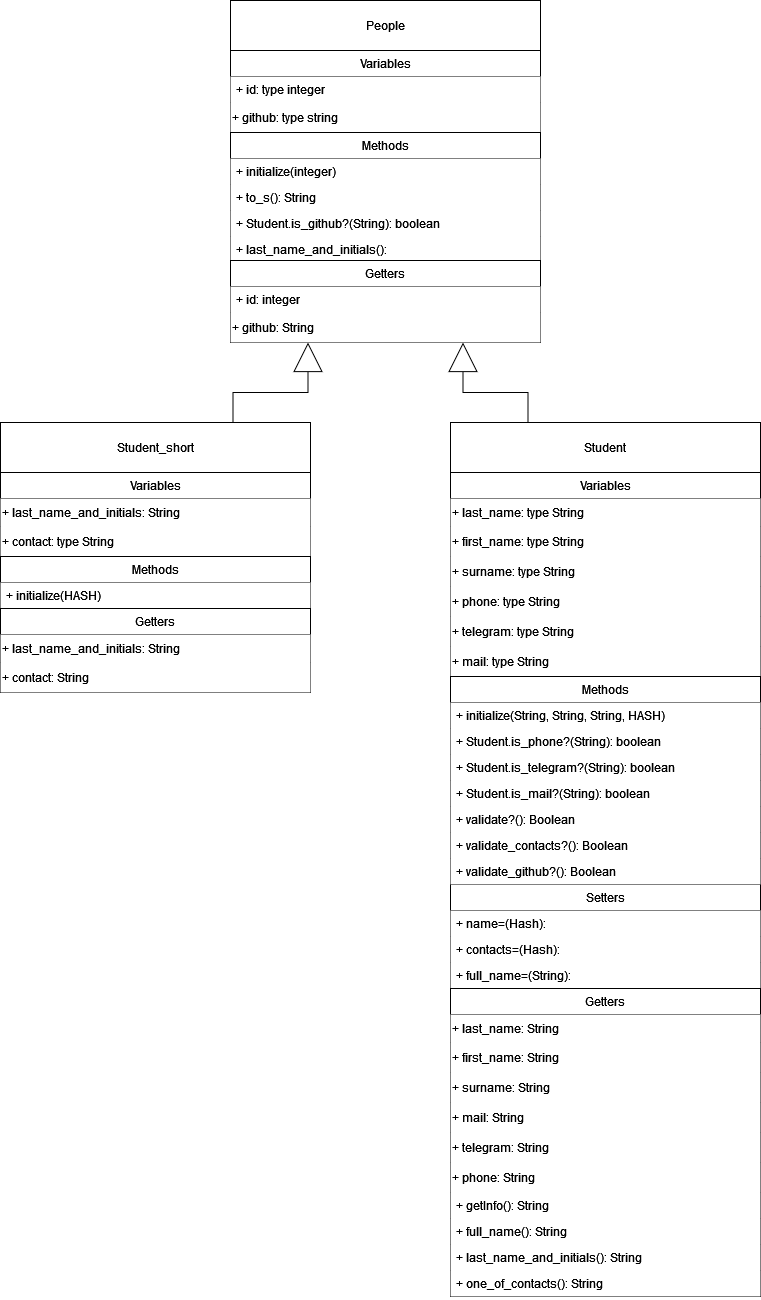
The draw.io diagram Ruby_Kernel_classes_and_models/class_diagram.png in KIJEMORI/Design_Patterns_Ruby, before a commit. Source tidied: cells renumbered, new cells last; positions are measured from the earlier drawing's top-left corner, leaving out a move shared by most shapes.
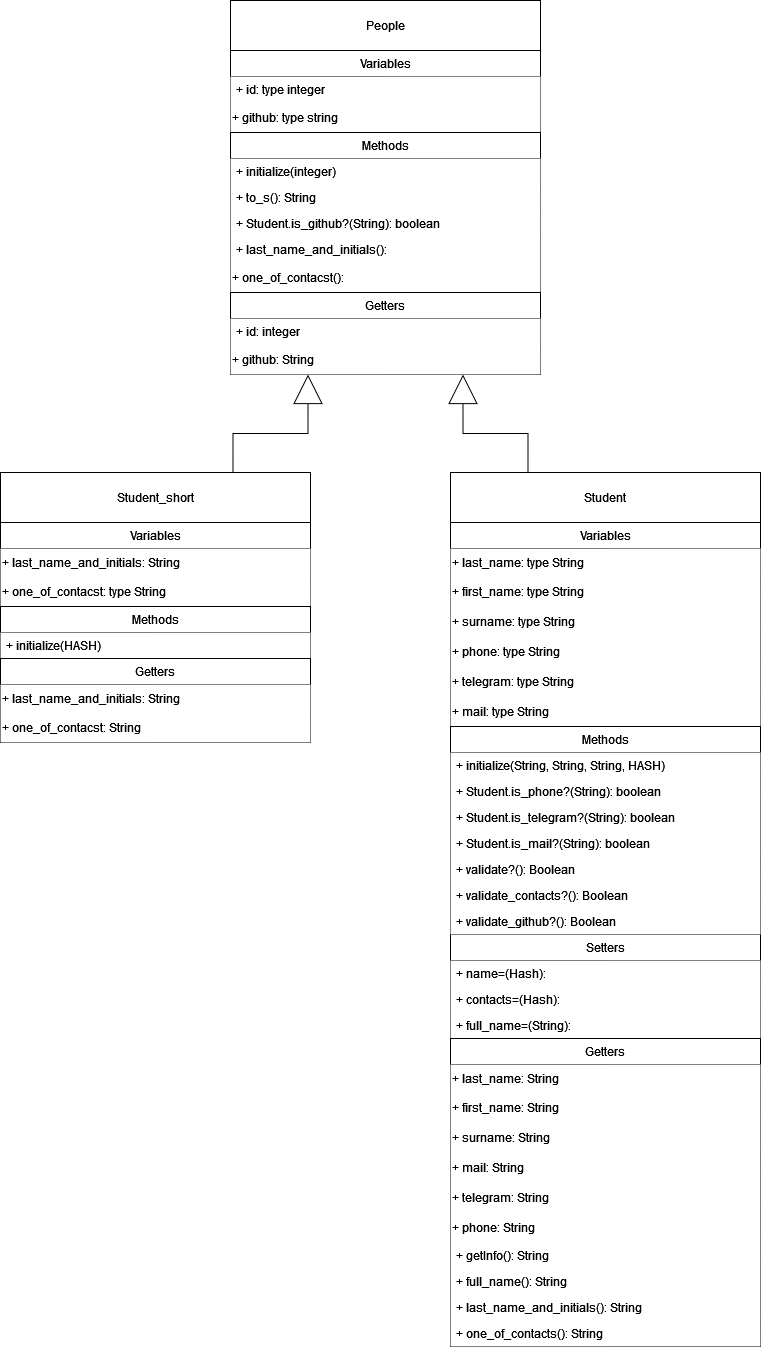
Above is the later version.

Commit message:
Lab 2 | Task 2 | fix diagramm

The edit, as a diff of the source:
```diff
@@ -86,7 +86,7 @@
     <mxCell id="29" value="+ last_name_and_initials: String" style="text;html=1;align=left;verticalAlign=middle;whiteSpace=wrap;rounded=0;fillColor=#FFFFFF;" parent="28" vertex="1">
       <mxGeometry y="26" width="310" height="28" as="geometry" />
     </mxCell>
-    <mxCell id="30" value="&lt;div&gt;+ contact: type String&lt;br&gt;&lt;/div&gt;" style="text;html=1;align=left;verticalAlign=middle;whiteSpace=wrap;rounded=0;fillColor=#FFFFFF;" parent="28" vertex="1">
+    <mxCell id="30" value="&lt;div&gt;+ one_of_contacst: type String&lt;br&gt;&lt;/div&gt;" style="text;html=1;align=left;verticalAlign=middle;whiteSpace=wrap;rounded=0;fillColor=#FFFFFF;" parent="28" vertex="1">
       <mxGeometry y="54" width="310" height="30" as="geometry" />
     </mxCell>
     <mxCell id="31" value="Methods" style="swimlane;fontStyle=0;horizontal=1;startSize=26;fillColor=default;whiteSpace=wrap;html=1;" parent="1" vertex="1">
@@ -96,10 +96,10 @@
       <mxGeometry y="26" width="310" height="26" as="geometry" />
     </mxCell>
     <mxCell id="33" value="People" style="html=1;whiteSpace=wrap;" parent="1" vertex="1">
-      <mxGeometry x="230" width="310" height="50" as="geometry" />
+      <mxGeometry x="230" y="-50" width="310" height="50" as="geometry" />
     </mxCell>
     <mxCell id="34" value="Variables" style="swimlane;fontStyle=0;horizontal=1;startSize=26;fillColor=default;whiteSpace=wrap;html=1;" parent="1" vertex="1">
-      <mxGeometry x="230" y="50" width="310" height="82" as="geometry" />
+      <mxGeometry x="230" width="310" height="82" as="geometry" />
     </mxCell>
     <mxCell id="35" value="&lt;div&gt;+ id: type integer&lt;/div&gt;" style="text;strokeColor=none;fillColor=#FFFFFF;align=left;verticalAlign=top;spacingLeft=4;spacingRight=4;overflow=hidden;whiteSpace=wrap;html=1;" parent="34" vertex="1">
       <mxGeometry y="26" width="310" height="26" as="geometry" />
@@ -108,7 +108,7 @@
       <mxGeometry y="52" width="310" height="30" as="geometry" />
     </mxCell>
     <mxCell id="37" value="Methods" style="swimlane;fontStyle=0;horizontal=1;startSize=26;fillColor=default;whiteSpace=wrap;html=1;" parent="1" vertex="1">
-      <mxGeometry x="230" y="132" width="310" height="130" as="geometry" />
+      <mxGeometry x="230" y="82" width="310" height="160" as="geometry" />
     </mxCell>
     <mxCell id="38" value="+ initialize(integer)" style="text;strokeColor=none;fillColor=#FFFFFF;align=left;verticalAlign=top;spacingLeft=4;spacingRight=4;overflow=hidden;whiteSpace=wrap;html=1;" parent="37" vertex="1">
       <mxGeometry y="26" width="310" height="26" as="geometry" />
@@ -122,17 +122,20 @@
     <mxCell id="41" value="+ last_name_and_initials():" style="text;strokeColor=none;fillColor=#FFFFFF;align=left;verticalAlign=top;spacingLeft=4;spacingRight=4;overflow=hidden;whiteSpace=wrap;html=1;" parent="37" vertex="1">
       <mxGeometry y="104" width="310" height="26" as="geometry" />
     </mxCell>
+    <mxCell id="56" value="&lt;div&gt;+ one_of_contacst():&lt;br&gt;&lt;/div&gt;" style="text;html=1;align=left;verticalAlign=middle;whiteSpace=wrap;rounded=0;fillColor=#FFFFFF;" parent="37" vertex="1">
+      <mxGeometry y="130" width="310" height="30" as="geometry" />
+    </mxCell>
     <mxCell id="42" value="Getters" style="swimlane;fontStyle=0;horizontal=1;startSize=26;fillColor=default;whiteSpace=wrap;html=1;" parent="1" vertex="1">
       <mxGeometry y="608" width="310" height="84" as="geometry" />
     </mxCell>
     <mxCell id="43" value="+ last_name_and_initials: String" style="text;html=1;align=left;verticalAlign=middle;whiteSpace=wrap;rounded=0;fillColor=#FFFFFF;" parent="42" vertex="1">
       <mxGeometry y="26" width="310" height="28" as="geometry" />
     </mxCell>
-    <mxCell id="44" value="&lt;div&gt;+ contact: String&lt;br&gt;&lt;/div&gt;" style="text;html=1;align=left;verticalAlign=middle;whiteSpace=wrap;rounded=0;fillColor=#FFFFFF;" parent="42" vertex="1">
+    <mxCell id="44" value="&lt;div&gt;+ one_of_contacst: String&lt;br&gt;&lt;/div&gt;" style="text;html=1;align=left;verticalAlign=middle;whiteSpace=wrap;rounded=0;fillColor=#FFFFFF;" parent="42" vertex="1">
       <mxGeometry y="54" width="310" height="30" as="geometry" />
     </mxCell>
     <mxCell id="45" value="Getters" style="swimlane;fontStyle=0;horizontal=1;startSize=26;fillColor=default;whiteSpace=wrap;html=1;" parent="1" vertex="1">
-      <mxGeometry x="230" y="260" width="310" height="82" as="geometry" />
+      <mxGeometry x="230" y="242" width="310" height="82" as="geometry" />
     </mxCell>
     <mxCell id="46" value="&lt;div&gt;+ id: integer&lt;/div&gt;" style="text;strokeColor=none;fillColor=#FFFFFF;align=left;verticalAlign=top;spacingLeft=4;spacingRight=4;overflow=hidden;whiteSpace=wrap;html=1;" parent="45" vertex="1">
       <mxGeometry y="26" width="310" height="26" as="geometry" />
```
